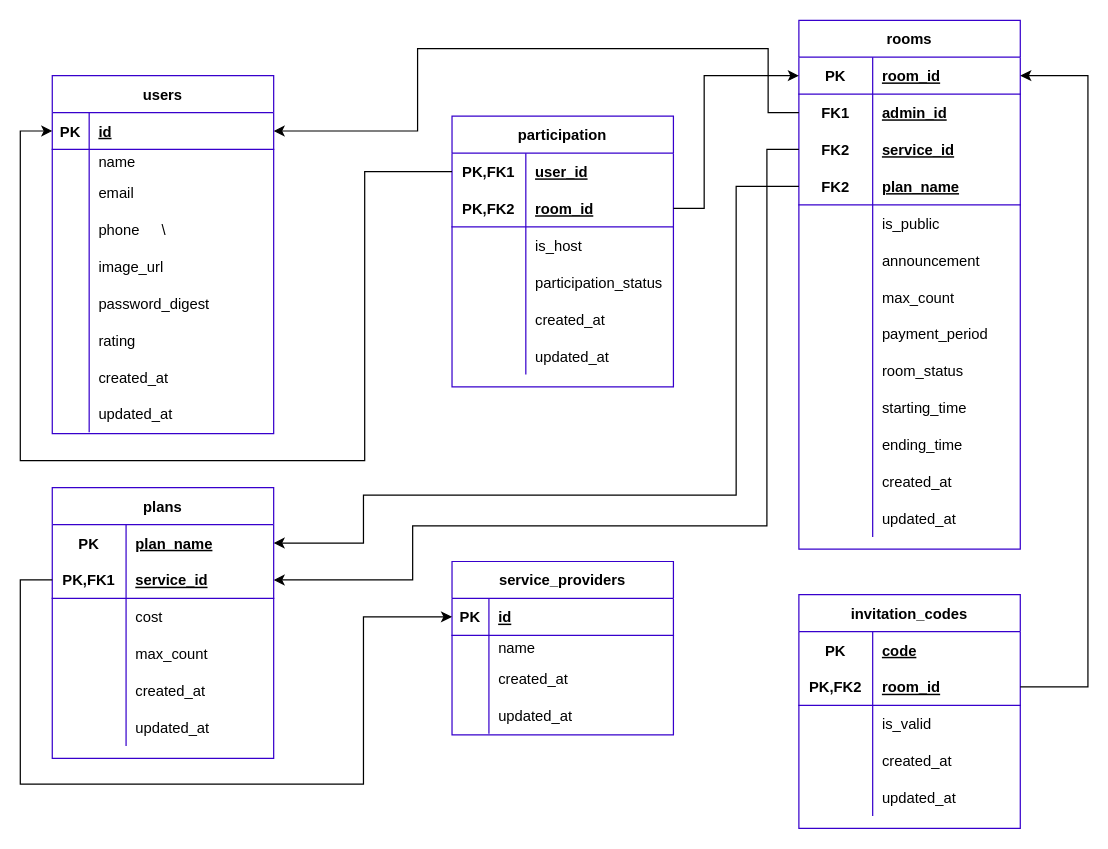
Above: db/schema/table.drawio in billsgates/salamander (draw.io), before the change. Source tidied: cells renumbered, new cells numbered last; positions are measured from the earlier drawing's top-left corner, leaving out a move shared by most shapes. Both pictures are drawn from the tidied source at 123%, with x=0, y=0 at pixel (20, 20).
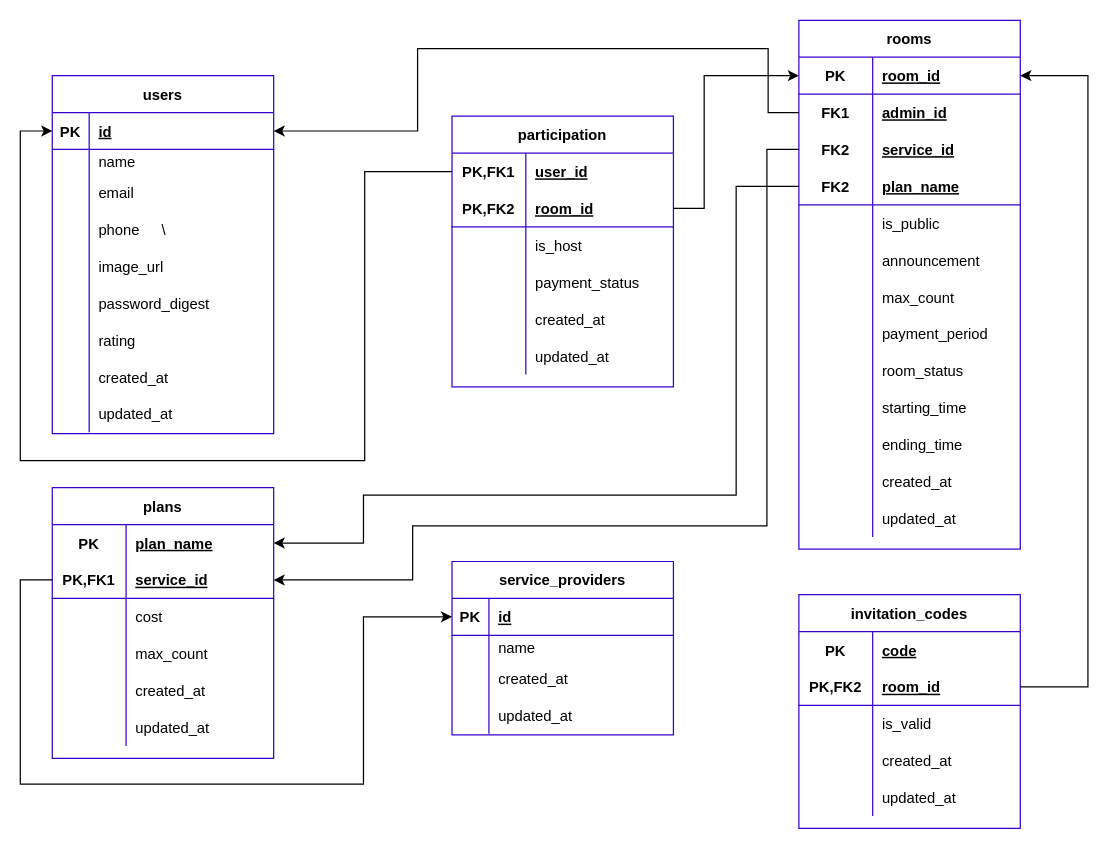
The same diagram, later.

Commit message (it also covers changes not shown here):
Update database schema

Unchanged cells that the change refers to:
```xml
<mxCell id="112" style="shape=partialRectangle;fillColor=none;top=0;left=0;bottom=0;right=0;" parent="102" vertex="1">
  <mxGeometry y="120" width="180" height="30" as="geometry" />
</mxCell>
```

Change to the diagram source:
```diff
@@
-    <mxCell id="114" value="participation_status" style="shape=partialRectangle;fillColor=none;top=0;left=0;bottom=0;right=0;align=left;spacingLeft=6;overflow=hidden;fontColor=#000000;" parent="112" vertex="1">
+    <mxCell id="114" value="payment_status" style="shape=partialRectangle;fillColor=none;top=0;left=0;bottom=0;right=0;align=left;spacingLeft=6;overflow=hidden;fontColor=#000000;" parent="112" vertex="1">
       <mxGeometry x="60" width="120" height="30" as="geometry" />
     </mxCell>
```
